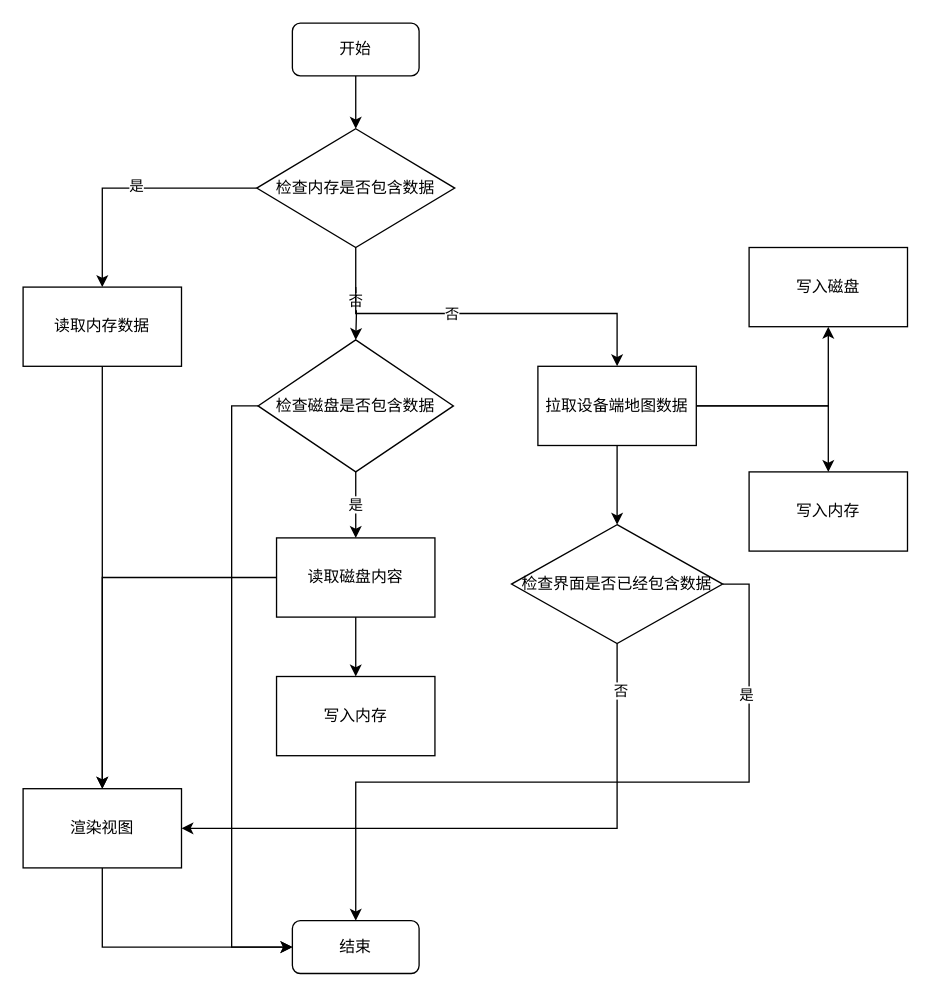
Before: 未命名绘图.drawio in jgyhc/SoultGrid, a draw.io diagram. Source tidied: cells renumbered, new cells numbered last; positions are measured from the earlier drawing's top-left corner, leaving out a move shared by most shapes. Both pictures are drawn from the tidied source at 132%, with x=0, y=0 at pixel (22, 22).
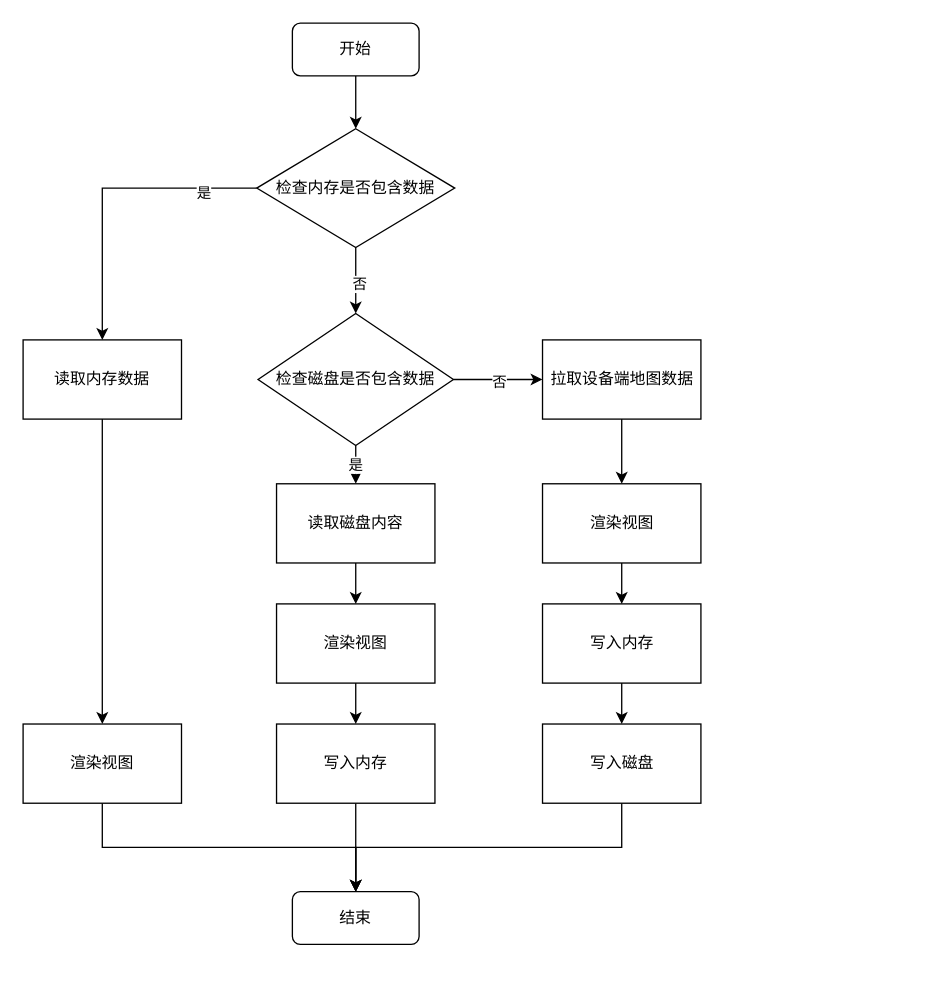
After the change.

Commit message:
栅格地图缓存流程.drawio

The change refers to these unchanged cells:
```xml
<mxCell id="4" style="edgeStyle=orthogonalEdgeStyle;rounded=0;jettySize=auto;html=1;exitX=0;exitY=0.5;exitDx=0;exitDy=0;entryX=0.5;entryY=0;entryDx=0;entryDy=0;" parent="1" edge="1" source="33" target="10">
  <mxGeometry relative="1" as="geometry" />
</mxCell>
<mxCell id="33" value="检查内存是否包含数据" style="rhombus;whiteSpace=wrap;html=1;" parent="1" vertex="1">
  <mxGeometry x="177" y="80" width="150" height="90" as="geometry" />
</mxCell>
```

What changed in the source:
```diff
@@
-    <mxCell id="5" value="是" style="edgeLabel;html=1;align=center;verticalAlign=middle;" parent="4" vertex="1">
-      <mxGeometry x="-0.04" y="-2" relative="1" as="geometry" />
-    </mxCell>
+    <mxCell id="34" value="是" style="edgeLabel;html=1;align=center;verticalAlign=middle;" parent="4" vertex="1">
+      <mxGeometry x="-0.65" y="3" relative="1" as="geometry" />
+    </mxCell>
-    <mxCell id="6" style="edgeStyle=orthogonalEdgeStyle;rounded=0;jettySize=auto;html=1;entryX=0.5;entryY=0;entryDx=0;entryDy=0;" parent="1" edge="1" target="32">
-      <mxGeometry relative="1" as="geometry">
-        <mxPoint x="252" y="200" as="sourcePoint" />
-      </mxGeometry>
+    <mxCell id="6" style="edgeStyle=orthogonalEdgeStyle;rounded=0;jettySize=auto;html=1;entryX=0.5;entryY=0;entryDx=0;entryDy=0;exitX=0.5;exitY=1;exitDx=0;exitDy=0;" parent="1" edge="1" source="33" target="32">
+      <mxGeometry relative="1" as="geometry" />
     </mxCell>
-    <mxCell id="7" value="否" style="edgeLabel;html=1;align=center;verticalAlign=middle;" parent="6" vertex="1">
-      <mxGeometry x="-0.5" y="-1" relative="1" as="geometry" />
-    </mxCell>
+    <mxCell id="35" value="否" style="edgeLabel;html=1;align=center;verticalAlign=middle;" parent="6" vertex="1">
+      <mxGeometry x="0.09" y="2" relative="1" as="geometry" />
+    </mxCell>
-    <mxCell id="8" style="edgeStyle=orthogonalEdgeStyle;rounded=0;jettySize=auto;html=1;entryX=0;entryY=0.5;entryDx=0;entryDy=0;exitX=0.5;exitY=1;exitDx=0;exitDy=0;" parent="1" edge="1" source="15" target="11">
+    <mxCell id="8" style="edgeStyle=orthogonalEdgeStyle;rounded=0;jettySize=auto;html=1;entryX=0.5;entryY=0;entryDx=0;entryDy=0;exitX=0.5;exitY=1;exitDx=0;exitDy=0;" parent="1" edge="1" source="15" target="11">
       <mxGeometry relative="1" as="geometry" />
     </mxCell>
@@
     <mxCell id="10" value="读取内存数据" style="rounded=0;whiteSpace=wrap;html=1;" parent="1" vertex="1">
-      <mxGeometry y="200" width="120" height="60" as="geometry" />
+      <mxGeometry y="240" width="120" height="60" as="geometry" />
     </mxCell>
     <mxCell id="11" value="结束" style="rounded=1;whiteSpace=wrap;html=1;" parent="1" vertex="1">
-      <mxGeometry x="204" y="680" width="96" height="40" as="geometry" />
+      <mxGeometry x="204" y="658" width="96" height="40" as="geometry" />
     </mxCell>
@@
-    <mxCell id="13" style="edgeStyle=orthogonalEdgeStyle;rounded=0;jettySize=auto;html=1;exitX=0.5;exitY=1;exitDx=0;exitDy=0;" parent="1" edge="1" source="33" target="23">
-      <mxGeometry relative="1" as="geometry">
-        <Array as="points">
-          <mxPoint x="252" y="170" />
-          <mxPoint x="252" y="220" />
-          <mxPoint x="450" y="220" />
-        </Array>
-      </mxGeometry>
-    </mxCell>
-    <mxCell id="14" value="否" style="edgeLabel;html=1;align=center;verticalAlign=middle;" parent="13" vertex="1">
-      <mxGeometry x="-0.15" relative="1" as="geometry" />
-    </mxCell>
     <mxCell id="15" value="渲染视图" style="rounded=0;whiteSpace=wrap;html=1;" parent="1" vertex="1">
-      <mxGeometry y="580" width="120" height="60" as="geometry" />
+      <mxGeometry y="531" width="120" height="60" as="geometry" />
     </mxCell>
-    <mxCell id="16" style="edgeStyle=orthogonalEdgeStyle;rounded=0;jettySize=auto;html=1;exitX=0;exitY=0.5;exitDx=0;exitDy=0;" parent="1" edge="1" source="18" target="15">
-      <mxGeometry relative="1" as="geometry" />
-    </mxCell>
-    <mxCell id="17" style="edgeStyle=orthogonalEdgeStyle;rounded=0;jettySize=auto;html=1;" parent="1" edge="1" source="18" target="19">
-      <mxGeometry relative="1" as="geometry" />
-    </mxCell>
     <mxCell id="18" value="读取磁盘内容" style="rounded=0;whiteSpace=wrap;html=1;" parent="1" vertex="1">
-      <mxGeometry x="192" y="390" width="120" height="60" as="geometry" />
+      <mxGeometry x="192" y="349" width="120" height="60" as="geometry" />
     </mxCell>
+    <mxCell id="36" style="edgeStyle=orthogonalEdgeStyle;rounded=0;jettySize=auto;html=1;exitX=0.5;exitY=1;exitDx=0;exitDy=0;entryX=0.5;entryY=0;entryDx=0;entryDy=0;" parent="1" edge="1" source="19" target="25">
+      <mxGeometry relative="1" as="geometry" />
+    </mxCell>
     <mxCell id="19" value="写入内存" style="whiteSpace=wrap;html=1;rounded=0;" parent="1" vertex="1">
-      <mxGeometry x="192" y="495" width="120" height="60" as="geometry" />
+      <mxGeometry x="393.5" y="440" width="120" height="60" as="geometry" />
     </mxCell>
-    <mxCell id="20" style="edgeStyle=orthogonalEdgeStyle;rounded=0;jettySize=auto;html=1;" parent="1" edge="1" source="23" target="24">
-      <mxGeometry relative="1" as="geometry" />
-    </mxCell>
-    <mxCell id="21" style="edgeStyle=orthogonalEdgeStyle;rounded=0;jettySize=auto;html=1;exitX=1;exitY=0.5;exitDx=0;exitDy=0;entryX=0.5;entryY=1;entryDx=0;entryDy=0;" parent="1" edge="1" source="23" target="25">
-      <mxGeometry relative="1" as="geometry" />
-    </mxCell>
-    <mxCell id="22" style="edgeStyle=orthogonalEdgeStyle;rounded=0;jettySize=auto;html=1;exitX=0.5;exitY=1;exitDx=0;exitDy=0;entryX=0.5;entryY=0;entryDx=0;entryDy=0;" parent="1" edge="1" source="23" target="30">
-      <mxGeometry relative="1" as="geometry" />
-    </mxCell>
+    <mxCell id="37" style="edgeStyle=orthogonalEdgeStyle;rounded=0;jettySize=auto;html=1;exitX=0.5;exitY=1;exitDx=0;exitDy=0;entryX=0.5;entryY=0;entryDx=0;entryDy=0;" parent="1" edge="1" source="23" target="46">
+      <mxGeometry relative="1" as="geometry" />
+    </mxCell>
     <mxCell id="23" value="拉取设备端地图数据" style="rounded=0;whiteSpace=wrap;html=1;" parent="1" vertex="1">
-      <mxGeometry x="390" y="260" width="120" height="60" as="geometry" />
+      <mxGeometry x="393.5" y="240" width="120" height="60" as="geometry" />
     </mxCell>
-    <mxCell id="24" value="写入内存" style="rounded=0;whiteSpace=wrap;html=1;" parent="1" vertex="1">
-      <mxGeometry x="550" y="340" width="120" height="60" as="geometry" />
-    </mxCell>
+    <mxCell id="38" style="edgeStyle=orthogonalEdgeStyle;rounded=0;jettySize=auto;html=1;exitX=0.5;exitY=1;exitDx=0;exitDy=0;entryX=0.5;entryY=0;entryDx=0;entryDy=0;" parent="1" edge="1" source="25" target="11">
+      <mxGeometry relative="1" as="geometry" />
+    </mxCell>
     <mxCell id="25" value="写入磁盘" style="rounded=0;whiteSpace=wrap;html=1;" parent="1" vertex="1">
-      <mxGeometry x="550" y="170" width="120" height="60" as="geometry" />
+      <mxGeometry x="393.5" y="531" width="120" height="60" as="geometry" />
     </mxCell>
-    <mxCell id="26" style="edgeStyle=orthogonalEdgeStyle;rounded=0;jettySize=auto;html=1;exitX=0.5;exitY=1;exitDx=0;exitDy=0;entryX=1;entryY=0.5;entryDx=0;entryDy=0;" parent="1" edge="1" source="30" target="15">
-      <mxGeometry relative="1" as="geometry" />
-    </mxCell>
-    <mxCell id="27" value="否" style="edgeLabel;html=1;align=center;verticalAlign=middle;" parent="26" vertex="1">
-      <mxGeometry x="-0.85" y="2" relative="1" as="geometry" />
-    </mxCell>
-    <mxCell id="28" style="edgeStyle=orthogonalEdgeStyle;rounded=0;jettySize=auto;html=1;exitX=1;exitY=0.5;exitDx=0;exitDy=0;entryX=0.5;entryY=0;entryDx=0;entryDy=0;" parent="1" edge="1" source="30" target="11">
-      <mxGeometry relative="1" as="geometry" />
-    </mxCell>
-    <mxCell id="29" value="是" style="edgeLabel;html=1;align=center;verticalAlign=middle;" parent="28" vertex="1">
-      <mxGeometry x="-0.64" y="-3" relative="1" as="geometry" />
-    </mxCell>
-    <mxCell id="30" value="检查界面是否已经包含数据" style="rhombus;whiteSpace=wrap;html=1;" parent="1" vertex="1">
-      <mxGeometry x="370" y="380" width="160" height="90" as="geometry" />
-    </mxCell>
-    <mxCell id="31" style="edgeStyle=orthogonalEdgeStyle;rounded=0;jettySize=auto;html=1;exitX=0;exitY=0.5;exitDx=0;exitDy=0;entryX=0;entryY=0.5;entryDx=0;entryDy=0;" parent="1" edge="1" source="32" target="11">
-      <mxGeometry relative="1" as="geometry" />
-    </mxCell>
+    <mxCell id="39" style="edgeStyle=orthogonalEdgeStyle;rounded=0;jettySize=auto;html=1;exitX=1;exitY=0.5;exitDx=0;exitDy=0;entryX=0;entryY=0.5;entryDx=0;entryDy=0;" parent="1" edge="1" source="32" target="23">
+      <mxGeometry relative="1" as="geometry" />
+    </mxCell>
+    <mxCell id="40" value="否" style="edgeLabel;html=1;align=center;verticalAlign=middle;" parent="39" vertex="1">
+      <mxGeometry y="-1" relative="1" as="geometry" />
+    </mxCell>
     <mxCell id="32" value="检查磁盘是否包含数据" style="rhombus;whiteSpace=wrap;html=1;" parent="1" vertex="1">
-      <mxGeometry x="178" y="240" width="148" height="100" as="geometry" />
+      <mxGeometry x="178" y="220" width="148" height="100" as="geometry" />
     </mxCell>
@@
+    <mxCell id="41" style="edgeStyle=orthogonalEdgeStyle;rounded=0;jettySize=auto;html=1;exitX=0.5;exitY=1;exitDx=0;exitDy=0;entryX=0.5;entryY=0;entryDx=0;entryDy=0;" parent="1" edge="1" source="18" target="43">
+      <mxGeometry relative="1" as="geometry" />
+    </mxCell>
+    <mxCell id="42" style="edgeStyle=orthogonalEdgeStyle;rounded=0;jettySize=auto;html=1;exitX=0.5;exitY=1;exitDx=0;exitDy=0;entryX=0.5;entryY=0;entryDx=0;entryDy=0;" parent="1" edge="1" source="43" target="24">
+      <mxGeometry relative="1" as="geometry" />
+    </mxCell>
+    <mxCell id="43" value="渲染视图" style="rounded=0;whiteSpace=wrap;html=1;" parent="1" vertex="1">
+      <mxGeometry x="192" y="440" width="120" height="60" as="geometry" />
+    </mxCell>
+    <mxCell id="44" style="edgeStyle=orthogonalEdgeStyle;rounded=0;jettySize=auto;html=1;exitX=0.5;exitY=1;exitDx=0;exitDy=0;entryX=0.5;entryY=0;entryDx=0;entryDy=0;" parent="1" edge="1" source="24" target="11">
+      <mxGeometry relative="1" as="geometry" />
+    </mxCell>
+    <mxCell id="24" value="写入内存" style="whiteSpace=wrap;html=1;rounded=0;" parent="1" vertex="1">
+      <mxGeometry x="192" y="531" width="120" height="60" as="geometry" />
+    </mxCell>
+    <mxCell id="45" style="edgeStyle=orthogonalEdgeStyle;rounded=0;jettySize=auto;html=1;exitX=0.5;exitY=1;exitDx=0;exitDy=0;entryX=0.5;entryY=0;entryDx=0;entryDy=0;" parent="1" edge="1" source="46" target="19">
+      <mxGeometry relative="1" as="geometry" />
+    </mxCell>
+    <mxCell id="46" value="渲染视图" style="rounded=0;whiteSpace=wrap;html=1;" parent="1" vertex="1">
+      <mxGeometry x="393.5" y="349" width="120" height="60" as="geometry" />
+    </mxCell>
```
